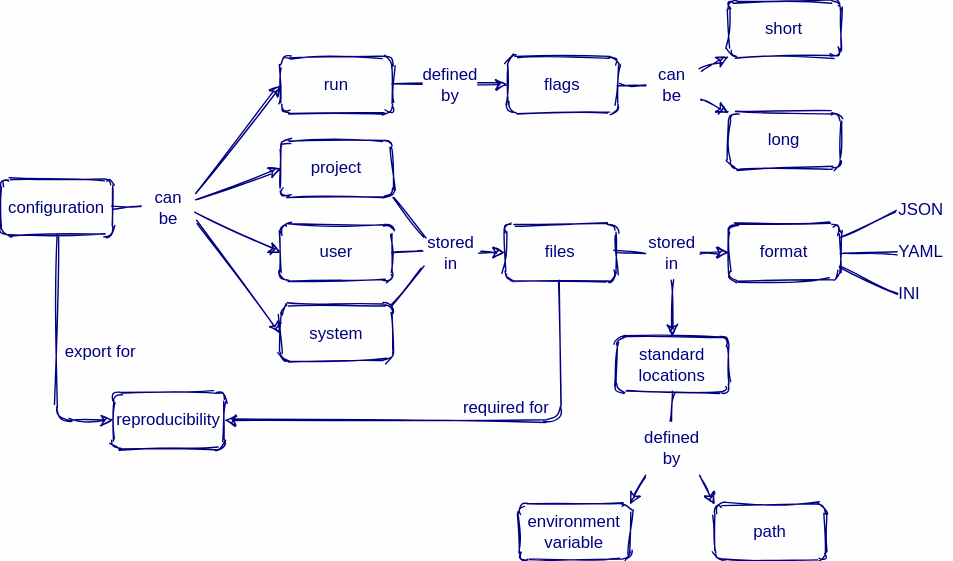
The draw.io diagram en/program-configuration.svg in rstudio/concept-maps, before a commit. Source tidied: cells renumbered, new cells last; positions are measured from the earlier drawing's top-left corner, leaving out a move shared by most shapes.
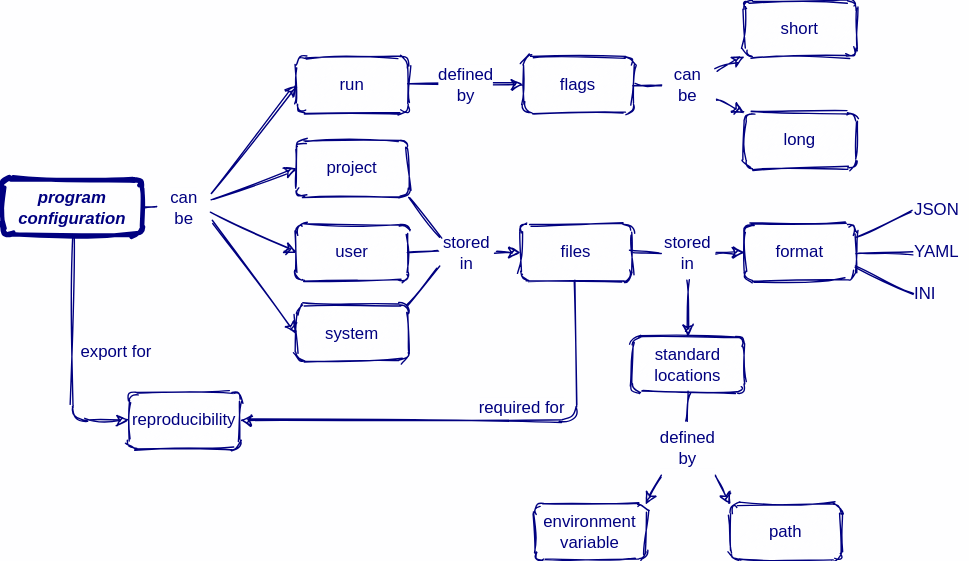
After the commit.

Commit message:
Program configuration

The edit, as a diff of the source:
```diff
@@ -2,8 +2,8 @@
   <root>
     <mxCell id="0" />
     <mxCell id="1" parent="0" />
-    <mxCell id="2" value="configuration" style="whiteSpace=wrap;html=1;sketch=1;rounded=1;fontSize=12;fontColor=#000080;labelBackgroundColor=#FEFEFF;fillColor=#FEFEFF;strokeColor=#000080;" parent="1" vertex="1">
-      <mxGeometry y="127.5" width="80" height="40" as="geometry" />
+    <mxCell id="2" value="&lt;i&gt;&lt;b&gt;program&lt;br&gt;configuration&lt;br&gt;&lt;/b&gt;&lt;/i&gt;" style="whiteSpace=wrap;html=1;sketch=1;rounded=1;fontSize=12;fontColor=#000080;labelBackgroundColor=#FEFEFF;fillColor=#FEFEFF;strokeColor=#000080;strokeWidth=3;" parent="1" vertex="1">
+      <mxGeometry x="-10" y="127.5" width="100" height="40" as="geometry" />
     </mxCell>
     <mxCell id="3" value="files" style="whiteSpace=wrap;html=1;sketch=1;rounded=1;fontSize=12;fontColor=#000080;labelBackgroundColor=#FEFEFF;fillColor=#FEFEFF;strokeColor=#000080;" parent="1" vertex="1">
       <mxGeometry x="360" y="160" width="80" height="40" as="geometry" />
```
